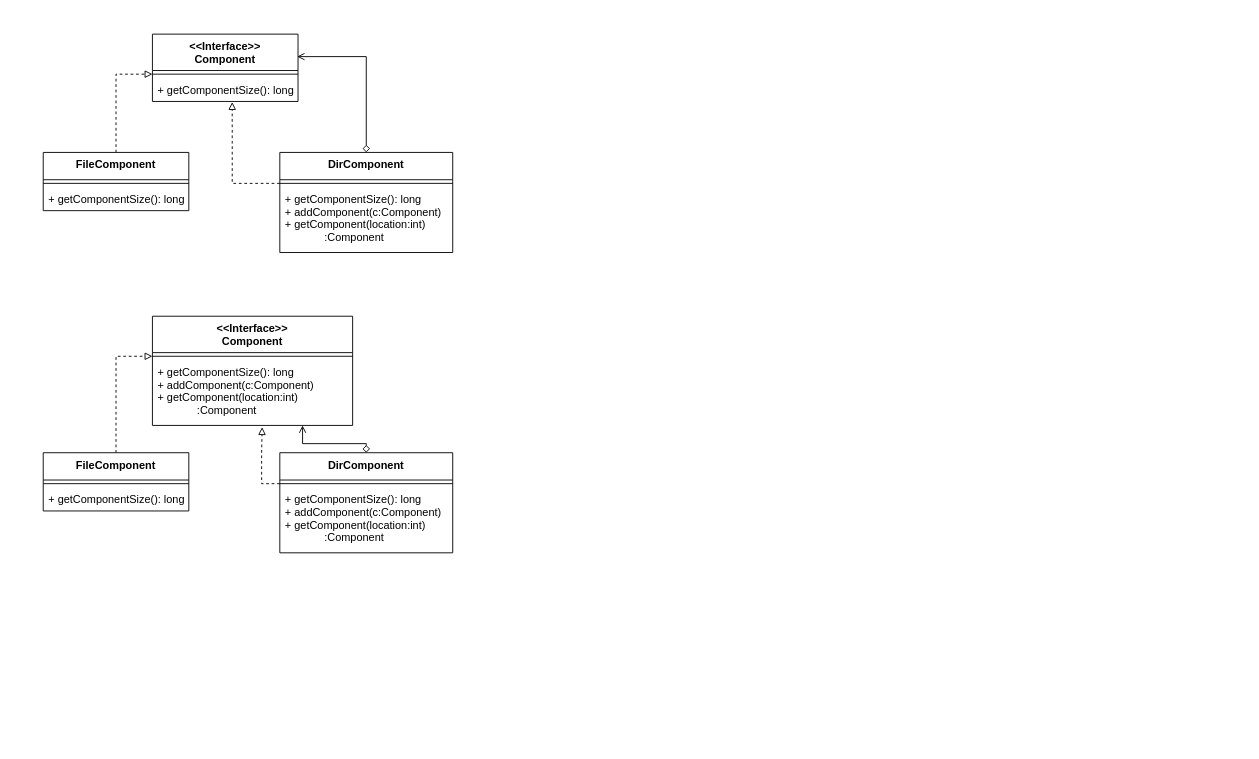
This is drawings.drawio from FedosovMax/diagrams, a draw.io file, before an edit. Source tidied: cells renumbered, new cells numbered last; positions are measured from the earlier drawing's top-left corner, leaving out a move shared by most shapes. Both pictures are drawn from the tidied source at 91%, with x=0, y=0 at pixel (15, 15).
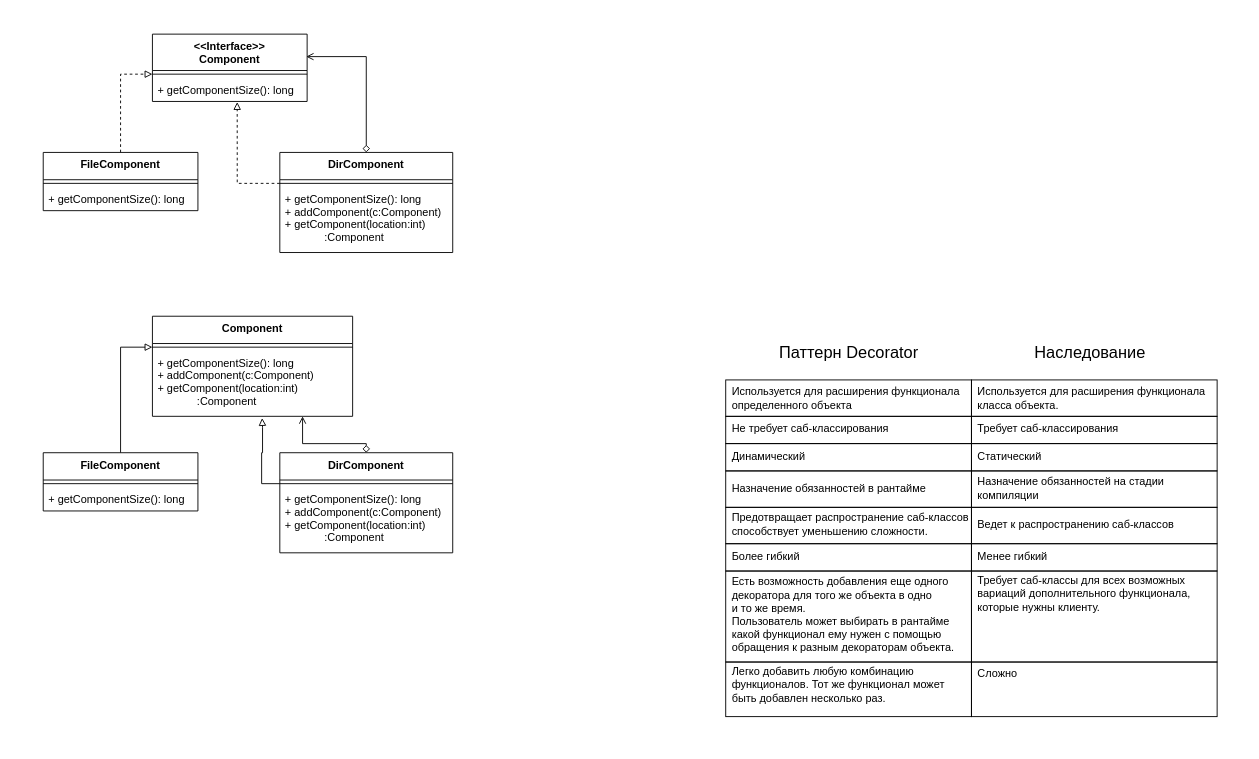
Above is the later version.

The change refers to these unchanged cells:
```xml
<mxCell id="26" style="line;strokeWidth=1;fillColor=none;align=left;verticalAlign=middle;spacingTop=-1;spacingLeft=3;spacingRight=3;labelPosition=right;points=[];portConstraint=eastwest;" parent="25" vertex="1">
  <mxGeometry y="30" width="190" height="8" as="geometry" />
</mxCell>
```

Change to the diagram source:
```diff
@@
+    <mxCell id="28" style="rounded=0;whiteSpace=wrap;html=1;strokeColor=none;" parent="1" vertex="1">
+      <mxGeometry x="750" y="345" width="600" height="455" as="geometry" />
+    </mxCell>
+    <mxCell id="29" style="rounded=0;whiteSpace=wrap;html=1;fillColor=none;" parent="1" vertex="1">
+      <mxGeometry x="1050" y="400" width="270" height="40" as="geometry" />
+    </mxCell>
+    <mxCell id="30" style="rounded=0;whiteSpace=wrap;html=1;fillColor=none;" parent="1" vertex="1">
+      <mxGeometry x="780" y="500" width="270" height="40" as="geometry" />
+    </mxCell>
+    <mxCell id="31" style="rounded=0;whiteSpace=wrap;html=1;fillColor=none;" parent="1" vertex="1">
+      <mxGeometry x="780" y="470" width="270" height="30" as="geometry" />
+    </mxCell>
+    <mxCell id="32" style="rounded=0;whiteSpace=wrap;html=1;fillColor=none;" parent="1" vertex="1">
+      <mxGeometry x="780" y="440" width="270" height="30" as="geometry" />
+    </mxCell>
@@
     <mxCell id="6" value="&lt;&lt;Interface&gt;&gt;&#10;Component&#10;" style="swimlane;fontStyle=1;align=center;verticalAlign=top;horizontal=1;startSize=40;" parent="1" vertex="1">
-      <mxGeometry x="150" y="20" width="160" height="74" as="geometry" />
+      <mxGeometry x="150" y="20" width="170" height="74" as="geometry" />
     </mxCell>
     <mxCell id="7" style="line;strokeWidth=1;fillColor=none;align=left;verticalAlign=middle;spacingTop=-1;spacingLeft=3;spacingRight=3;labelPosition=right;points=[];portConstraint=eastwest;" parent="6" vertex="1">
-      <mxGeometry y="40" width="160" height="8" as="geometry" />
+      <mxGeometry y="40" width="170" height="8" as="geometry" />
     </mxCell>
     <mxCell id="8" value="+ getComponentSize(): long" style="text;strokeColor=none;fillColor=none;align=left;verticalAlign=top;spacingLeft=4;spacingRight=4;overflow=hidden;points=[[0,0.5],[1,0.5]];portConstraint=eastwest;" parent="6" vertex="1">
-      <mxGeometry y="48" width="160" height="26" as="geometry" />
+      <mxGeometry y="48" width="170" height="26" as="geometry" />
     </mxCell>
     <mxCell id="9" value="FileComponent" style="swimlane;fontStyle=1;align=center;verticalAlign=top;horizontal=1;startSize=30;" parent="1" vertex="1">
-      <mxGeometry x="30" y="150" width="160" height="64" as="geometry" />
+      <mxGeometry x="30" y="150" width="170" height="64" as="geometry" />
     </mxCell>
     <mxCell id="10" style="line;strokeWidth=1;fillColor=none;align=left;verticalAlign=middle;spacingTop=-1;spacingLeft=3;spacingRight=3;labelPosition=right;" parent="9" vertex="1">
-      <mxGeometry y="30" width="160" height="8" as="geometry" />
+      <mxGeometry y="30" width="170" height="8" as="geometry" />
     </mxCell>
     <mxCell id="11" value="+ getComponentSize(): long" style="text;strokeColor=none;fillColor=none;align=left;verticalAlign=top;spacingLeft=4;spacingRight=4;overflow=hidden;" parent="9" vertex="1">
-      <mxGeometry y="38" width="160" height="26" as="geometry" />
+      <mxGeometry y="38" width="170" height="26" as="geometry" />
     </mxCell>
@@
-    <mxCell id="16" style="edgeStyle=orthogonalEdgeStyle;rounded=0;jettySize=auto;html=1;dashed=1;startArrow=none;startFill=0;endArrow=block;endFill=0;" parent="1" edge="1" source="22" target="20">
+    <mxCell id="16" style="edgeStyle=orthogonalEdgeStyle;rounded=0;jettySize=auto;html=1;startArrow=none;startFill=0;endArrow=block;endFill=0;" parent="1" edge="1" source="22" target="20">
       <mxGeometry relative="1" as="geometry" />
     </mxCell>
@@
-    <mxCell id="18" style="edgeStyle=orthogonalEdgeStyle;rounded=0;jettySize=auto;html=1;entryX=0.548;entryY=1.027;entryDx=0;entryDy=0;entryPerimeter=0;startArrow=none;startFill=0;endArrow=block;endFill=0;dashed=1;" parent="1" edge="1" source="26" target="21">
+    <mxCell id="18" style="edgeStyle=orthogonalEdgeStyle;rounded=0;jettySize=auto;html=1;entryX=0.548;entryY=1.027;entryDx=0;entryDy=0;entryPerimeter=0;startArrow=none;startFill=0;endArrow=block;endFill=0;" parent="1" edge="1" source="26" target="21">
       <mxGeometry relative="1" as="geometry">
         <Array as="points">
           <mxPoint x="270" y="514" />
           <mxPoint x="270" y="480" />
           <mxPoint x="271" y="480" />
           <mxPoint x="271" y="452" />
         </Array>
       </mxGeometry>
     </mxCell>
-    <mxCell id="19" value="&lt;&lt;Interface&gt;&gt;&#10;Component&#10;" style="swimlane;fontStyle=1;align=center;verticalAlign=top;horizontal=1;startSize=40;" parent="1" vertex="1">
-      <mxGeometry x="150" y="330" width="220" height="120" as="geometry" />
+    <mxCell id="19" value="Component&#10;" style="swimlane;fontStyle=1;align=center;verticalAlign=top;horizontal=1;startSize=30;" parent="1" vertex="1">
+      <mxGeometry x="150" y="330" width="220" height="110" as="geometry" />
     </mxCell>
     <mxCell id="20" style="line;strokeWidth=1;fillColor=none;align=left;verticalAlign=middle;spacingTop=-1;spacingLeft=3;spacingRight=3;labelPosition=right;points=[];portConstraint=eastwest;" parent="19" vertex="1">
-      <mxGeometry y="40" width="220" height="8" as="geometry" />
+      <mxGeometry y="30" width="220" height="8" as="geometry" />
     </mxCell>
     <mxCell id="21" value="+ getComponentSize(): long&#10;+ addComponent(c:Component)&#10;+ getComponent(location:int)&#10;             :Component&#10;&#10;&#10;&#10;&#10;" style="text;strokeColor=none;fillColor=none;align=left;verticalAlign=top;spacingLeft=4;spacingRight=4;overflow=hidden;points=[[0,0.5],[1,0.5]];portConstraint=eastwest;" parent="19" vertex="1">
-      <mxGeometry y="48" width="220" height="72" as="geometry" />
+      <mxGeometry y="38" width="220" height="72" as="geometry" />
     </mxCell>
     <mxCell id="22" value="FileComponent" style="swimlane;fontStyle=1;align=center;verticalAlign=top;horizontal=1;startSize=30;" parent="1" vertex="1">
-      <mxGeometry x="30" y="480" width="160" height="64" as="geometry" />
+      <mxGeometry x="30" y="480" width="170" height="64" as="geometry" />
     </mxCell>
     <mxCell id="23" style="line;strokeWidth=1;fillColor=none;align=left;verticalAlign=middle;spacingTop=-1;spacingLeft=3;spacingRight=3;labelPosition=right;" parent="22" vertex="1">
-      <mxGeometry y="30" width="160" height="8" as="geometry" />
+      <mxGeometry y="30" width="170" height="8" as="geometry" />
     </mxCell>
     <mxCell id="24" value="+ getComponentSize(): long" style="text;strokeColor=none;fillColor=none;align=left;verticalAlign=top;spacingLeft=4;spacingRight=4;overflow=hidden;" parent="22" vertex="1">
-      <mxGeometry y="38" width="160" height="26" as="geometry" />
+      <mxGeometry y="38" width="170" height="26" as="geometry" />
     </mxCell>
@@
+    <mxCell id="33" value="&lt;font style=&quot;font-size: 18px&quot;&gt;Паттерн Decorator&lt;/font&gt;" style="text;html=1;align=center;verticalAlign=middle;" parent="1" vertex="1">
+      <mxGeometry x="830" y="360" width="170" height="20" as="geometry" />
+    </mxCell>
+    <mxCell id="34" value="&lt;div align=&quot;left&quot;&gt;Используется для расширения функционала &lt;br&gt;&lt;/div&gt;&lt;div align=&quot;left&quot;&gt;определенного объекта&lt;br&gt;&lt;/div&gt;" style="text;html=1;align=left;verticalAlign=middle;" parent="1" vertex="1">
+      <mxGeometry x="785" y="405" width="260" height="30" as="geometry" />
+    </mxCell>
+    <mxCell id="35" value="Не требует саб-классирования" style="text;html=1;align=left;verticalAlign=middle;" parent="1" vertex="1">
+      <mxGeometry x="785" y="444" width="190" height="20" as="geometry" />
+    </mxCell>
+    <mxCell id="36" value="Динамический" style="text;html=1;align=left;verticalAlign=middle;" parent="1" vertex="1">
+      <mxGeometry x="785" y="474" width="90" height="20" as="geometry" />
+    </mxCell>
+    <mxCell id="37" style="rounded=0;whiteSpace=wrap;html=1;fillColor=none;" parent="1" vertex="1">
+      <mxGeometry x="780" y="400" width="270" height="40" as="geometry" />
+    </mxCell>
+    <mxCell id="38" style="rounded=0;whiteSpace=wrap;html=1;fillColor=none;" parent="1" vertex="1">
+      <mxGeometry x="780" y="580" width="270" height="30" as="geometry" />
+    </mxCell>
+    <mxCell id="39" style="rounded=0;whiteSpace=wrap;html=1;fillColor=none;" parent="1" vertex="1">
+      <mxGeometry x="780" y="540" width="270" height="40" as="geometry" />
+    </mxCell>
+    <mxCell id="40" value="Назначение обязанностей в рантайме" style="text;html=1;align=left;verticalAlign=middle;" parent="1" vertex="1">
+      <mxGeometry x="785" y="510" width="220" height="20" as="geometry" />
+    </mxCell>
+    <mxCell id="41" value="&lt;div&gt;Предотвращает распространение саб-классов&lt;/div&gt;&lt;div&gt;способствует уменьшению сложности. &lt;br&gt;&lt;/div&gt;" style="text;html=1;align=left;verticalAlign=middle;" parent="1" vertex="1">
+      <mxGeometry x="785" y="544" width="270" height="30" as="geometry" />
+    </mxCell>
+    <mxCell id="42" value="Более гибкий" style="text;html=1;align=left;verticalAlign=middle;" parent="1" vertex="1">
+      <mxGeometry x="785" y="584" width="90" height="20" as="geometry" />
+    </mxCell>
+    <mxCell id="43" style="rounded=0;whiteSpace=wrap;html=1;fillColor=none;" parent="1" vertex="1">
+      <mxGeometry x="780" y="610" width="270" height="100" as="geometry" />
+    </mxCell>
+    <mxCell id="44" value="&lt;div&gt;Есть возможность добавления еще одного &lt;br&gt;&lt;/div&gt;&lt;div&gt;декоратора для того же объекта в одно&lt;/div&gt;&lt;div&gt;и то же время. &lt;br&gt;&lt;/div&gt;&lt;div&gt;Пользователь может выбирать в рантайме&lt;/div&gt;&lt;div&gt;какой функционал ему нужен с помощью&lt;/div&gt;&lt;div&gt;обращения к разным декораторам объекта. &lt;br&gt;&lt;/div&gt;" style="text;html=1;align=left;verticalAlign=middle;" parent="1" vertex="1">
+      <mxGeometry x="785" y="613" width="260" height="90" as="geometry" />
+    </mxCell>
+    <mxCell id="45" style="rounded=0;whiteSpace=wrap;html=1;fillColor=none;" parent="1" vertex="1">
+      <mxGeometry x="780" y="710" width="270" height="60" as="geometry" />
+    </mxCell>
+    <mxCell id="46" value="&lt;div&gt;Легко добавить любую комбинацию &lt;br&gt;&lt;/div&gt;&lt;div&gt;функционалов. Тот же функционал может&lt;/div&gt;&lt;div&gt;быть добавлен несколько раз. &lt;br&gt;&lt;/div&gt;" style="text;html=1;align=left;verticalAlign=middle;" parent="1" vertex="1">
+      <mxGeometry x="785" y="710" width="240" height="50" as="geometry" />
+    </mxCell>
+    <mxCell id="47" style="rounded=0;whiteSpace=wrap;html=1;fillColor=none;" parent="1" vertex="1">
+      <mxGeometry x="1050" y="500" width="270" height="40" as="geometry" />
+    </mxCell>
+    <mxCell id="48" style="rounded=0;whiteSpace=wrap;html=1;fillColor=none;" parent="1" vertex="1">
+      <mxGeometry x="1050" y="470" width="270" height="30" as="geometry" />
+    </mxCell>
+    <mxCell id="49" style="rounded=0;whiteSpace=wrap;html=1;fillColor=none;" parent="1" vertex="1">
+      <mxGeometry x="1050" y="440" width="270" height="30" as="geometry" />
+    </mxCell>
+    <mxCell id="50" value="&lt;font style=&quot;font-size: 18px&quot;&gt;Наследование&lt;/font&gt;" style="text;html=1;align=center;verticalAlign=middle;" parent="1" vertex="1">
+      <mxGeometry x="1110" y="360" width="140" height="20" as="geometry" />
+    </mxCell>
+    <mxCell id="51" value="&lt;div&gt;Используется для расширения функционала &lt;br&gt;&lt;/div&gt;&lt;div&gt;класса объекта. &lt;br&gt;&lt;/div&gt;" style="text;html=1;align=left;verticalAlign=middle;" parent="1" vertex="1">
+      <mxGeometry x="1055" y="405" width="260" height="30" as="geometry" />
+    </mxCell>
+    <mxCell id="52" value="Требует саб-классирования" style="text;html=1;align=left;verticalAlign=middle;" parent="1" vertex="1">
+      <mxGeometry x="1055" y="444" width="170" height="20" as="geometry" />
+    </mxCell>
+    <mxCell id="53" value="Статический" style="text;html=1;align=left;verticalAlign=middle;" parent="1" vertex="1">
+      <mxGeometry x="1055" y="474" width="90" height="20" as="geometry" />
+    </mxCell>
+    <mxCell id="54" style="rounded=0;whiteSpace=wrap;html=1;fillColor=none;" parent="1" vertex="1">
+      <mxGeometry x="1050" y="580" width="270" height="30" as="geometry" />
+    </mxCell>
+    <mxCell id="55" style="rounded=0;whiteSpace=wrap;html=1;fillColor=none;" parent="1" vertex="1">
+      <mxGeometry x="1050" y="540" width="270" height="40" as="geometry" />
+    </mxCell>
+    <mxCell id="56" value="&lt;div&gt;Назначение обязанностей на стадии &lt;br&gt;&lt;/div&gt;&lt;div&gt;компиляции&lt;/div&gt;" style="text;html=1;align=left;verticalAlign=middle;" parent="1" vertex="1">
+      <mxGeometry x="1055" y="504" width="220" height="30" as="geometry" />
+    </mxCell>
+    <mxCell id="57" value="Ведет к распространению саб-классов" style="text;html=1;align=left;verticalAlign=middle;" parent="1" vertex="1">
+      <mxGeometry x="1055" y="549" width="230" height="20" as="geometry" />
+    </mxCell>
+    <mxCell id="58" value="Менее гибкий" style="text;html=1;align=left;verticalAlign=middle;" parent="1" vertex="1">
+      <mxGeometry x="1055" y="584" width="90" height="20" as="geometry" />
+    </mxCell>
+    <mxCell id="59" style="rounded=0;whiteSpace=wrap;html=1;fillColor=none;" parent="1" vertex="1">
+      <mxGeometry x="1050" y="610" width="270" height="100" as="geometry" />
+    </mxCell>
+    <mxCell id="60" value="&lt;div&gt;Требует саб-классы для всех возможных &lt;br&gt;&lt;/div&gt;&lt;div&gt;вариаций дополнительного функционала, &lt;br&gt;&lt;/div&gt;&lt;div&gt;которые нужны клиенту.&amp;nbsp; &lt;br&gt;&lt;/div&gt;" style="text;html=1;align=left;verticalAlign=middle;" parent="1" vertex="1">
+      <mxGeometry x="1055" y="610" width="240" height="50" as="geometry" />
+    </mxCell>
+    <mxCell id="61" style="rounded=0;whiteSpace=wrap;html=1;fillColor=none;" parent="1" vertex="1">
+      <mxGeometry x="1050" y="710" width="270" height="60" as="geometry" />
+    </mxCell>
+    <mxCell id="62" value="Сложно" style="text;html=1;align=left;verticalAlign=middle;" parent="1" vertex="1">
+      <mxGeometry x="1055" y="713" width="60" height="20" as="geometry" />
+    </mxCell>
```
